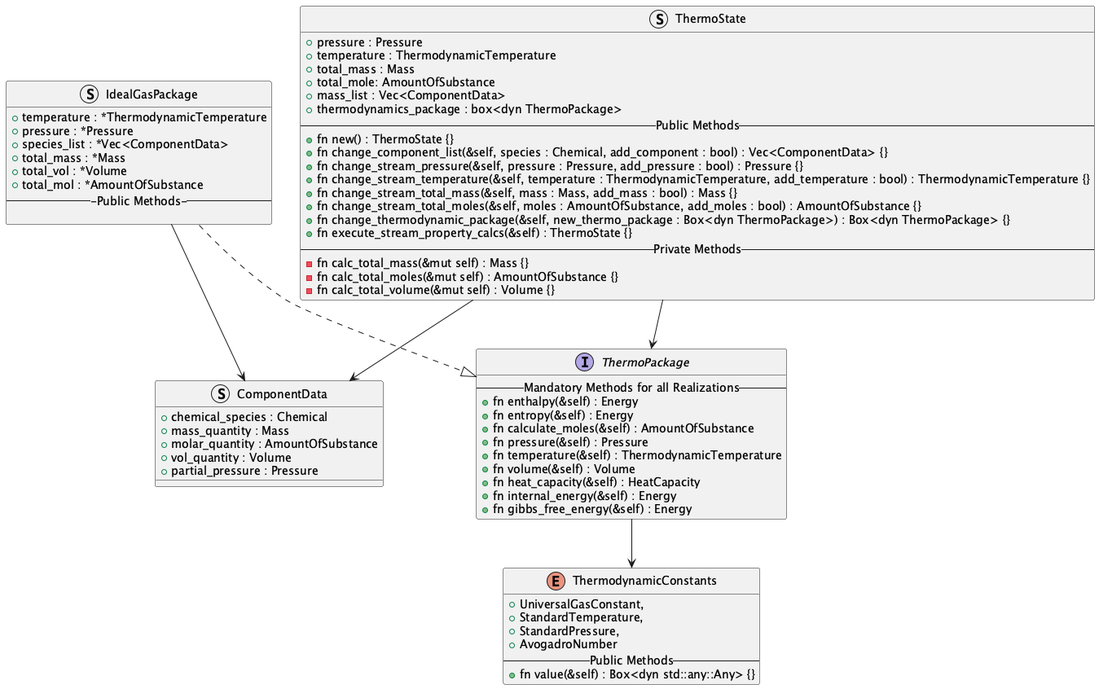
OSCPS-Project/OSCPS-UML keeps this PlantUML diagram as thermo-module/thermodynamics_module_class_diagram.png. Above is the earlier version.
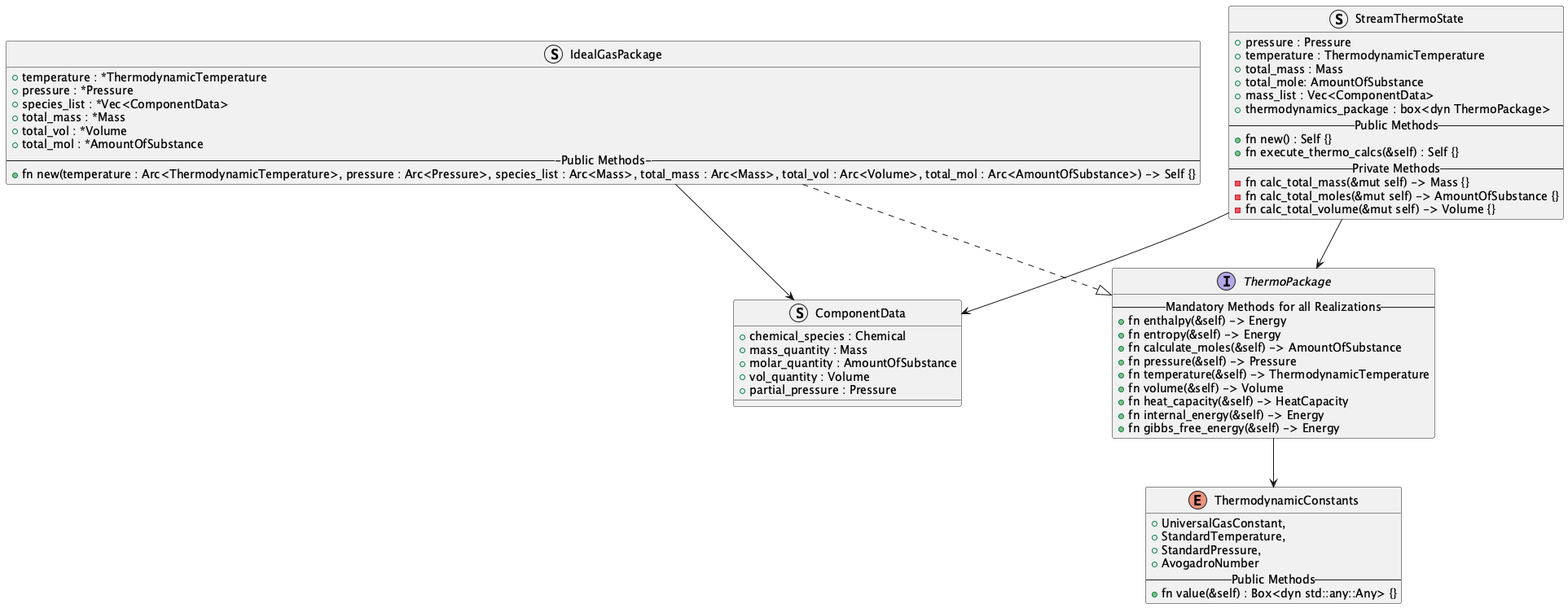
After the commit.

Commit message:
updating the thermo-modules class diagram

Change to the diagram source:
```diff
@@ -12,7 +12,7 @@
 }
 
 
-Struct ThermoState {
+Struct StreamThermoState {
   + pressure : Pressure
   + temperature : ThermodynamicTemperature
   + total_mass : Mass
@@ -20,18 +20,12 @@
   + mass_list : Vec<ComponentData>
   + thermodynamics_package : box<dyn ThermoPackage>
   --Public Methods--
-  + fn new() : ThermoState {}
-  + fn change_component_list(&self, species : Chemical, add_component : bool) : Vec<ComponentData> {}
-  + fn change_stream_pressure(&self, pressure : Pressure, add_pressure : bool) : Pressure {}
-  + fn change_stream_temperature(&self, temperature : ThermodynamicTemperature, add_temperature : bool) : ThermodynamicTemperature {}
-  + fn change_stream_total_mass(&self, mass : Mass, add_mass : bool) : Mass {}
-  + fn change_stream_total_moles(&self, moles : AmountOfSubstance, add_moles : bool) : AmountOfSubstance {}
-  + fn change_thermodynamic_package(&self, new_thermo_package : Box<dyn ThermoPackage>) : Box<dyn ThermoPackage> {}
-  + fn execute_stream_property_calcs(&self) : ThermoState {}
+  + fn new() : Self {}
+  + fn execute_thermo_calcs(&self) : Self {}
   --Private Methods--
-  - fn calc_total_mass(&mut self) : Mass {}
-  - fn calc_total_moles(&mut self) : AmountOfSubstance {}
-  - fn calc_total_volume(&mut self) : Volume {}
+  - fn calc_total_mass(&mut self) -> Mass {}
+  - fn calc_total_moles(&mut self) -> AmountOfSubstance {}
+  - fn calc_total_volume(&mut self) -> Volume {}
 }
 
 Struct ComponentData {
@@ -44,19 +38,19 @@
 
 Interface ThermoPackage {
     --Mandatory Methods for all Realizations--
-    + fn enthalpy(&self) : Energy
-    + fn entropy(&self) : Energy
-    + fn calculate_moles(&self) : AmountOfSubstance
-    + fn pressure(&self) : Pressure
-    + fn temperature(&self) : ThermodynamicTemperature
-    + fn volume(&self) : Volume
-    + fn heat_capacity(&self) : HeatCapacity
-    + fn internal_energy(&self) : Energy
-    + fn gibbs_free_energy(&self) : Energy
+    + fn enthalpy(&self) -> Energy
+    + fn entropy(&self) -> Energy
+    + fn calculate_moles(&self) -> AmountOfSubstance
+    + fn pressure(&self) -> Pressure
+    + fn temperature(&self) -> ThermodynamicTemperature
+    + fn volume(&self) -> Volume
+    + fn heat_capacity(&self) -> HeatCapacity
+    + fn internal_energy(&self) -> Energy
+    + fn gibbs_free_energy(&self) -> Energy
 }
 
-ThermoState --> ThermoPackage
-ThermoState --> ComponentData
+StreamThermoState --> ThermoPackage
+StreamThermoState --> ComponentData
 ThermoPackage --> ThermodynamicConstants
 
 IdealGasPackage ..|> ThermoPackage
```
